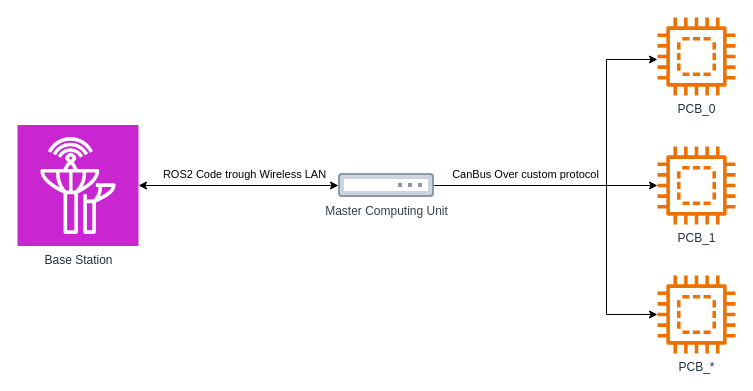
robotique-udes/rover keeps this draw.io diagram as doc/diagrams/VeryHighLevelSoftwareStructure.drawio. Above is the earlier version. Source tidied: cells renumbered, new cells numbered last; positions are measured from the earlier drawing's top-left corner, leaving out a move shared by most shapes. Both pictures are drawn from the tidied source at 100%, with x=0, y=0 at pixel (17, 17).
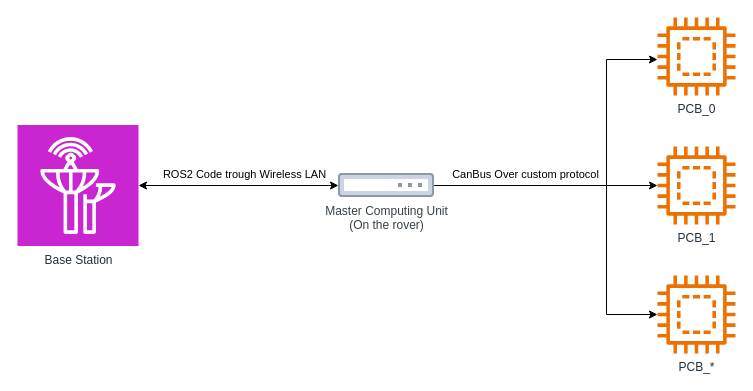
The same diagram, later.

Commit message (it also covers changes not shown here):
gitignore + edit to diagram

What changed in the source:
```diff
@@
 <mxGraphModel>
   <root>
     <mxCell id="0" />
     <mxCell id="1" parent="0" />
     <mxCell id="2" value="PCB_0" style="sketch=0;outlineConnect=0;fontColor=#232F3E;gradientColor=none;fillColor=#ED7100;strokeColor=none;dashed=0;verticalLabelPosition=bottom;verticalAlign=top;align=center;html=1;fontSize=12;fontStyle=0;shape=mxgraph.aws4.braket_embedded_simulator;" parent="1" vertex="1">
       <mxGeometry x="640" width="78" height="78" as="geometry" />
     </mxCell>
     <mxCell id="3" style="edgeStyle=orthogonalEdgeStyle;rounded=0;jettySize=auto;html=1;entryX=0;entryY=0.5;entryDx=0;entryDy=0;endArrow=classic;endFill=1;startArrow=classic;startFill=1;" parent="1" edge="1" source="5" target="10">
       <mxGeometry relative="1" as="geometry" />
     </mxCell>
     <mxCell id="4" value="ROS2 Code trough Wireless LAN" style="edgeLabel;html=1;align=center;verticalAlign=middle;" parent="3" vertex="1">
       <mxGeometry x="-0.23" y="-1" relative="1" as="geometry">
         <mxPoint x="28" y="-13" as="offset" />
       </mxGeometry>
     </mxCell>
     <mxCell id="5" value="Base Station" style="sketch=0;points=[[0,0,0],[0.25,0,0],[0.5,0,0],[0.75,0,0],[1,0,0],[0,1,0],[0.25,1,0],[0.5,1,0],[0.75,1,0],[1,1,0],[0,0.25,0],[0,0.5,0],[0,0.75,0],[1,0.25,0],[1,0.5,0],[1,0.75,0]];outlineConnect=0;fontColor=#232F3E;fillColor=#C925D1;strokeColor=#ffffff;dashed=0;verticalLabelPosition=bottom;verticalAlign=top;align=center;html=1;fontSize=12;fontStyle=0;shape=mxgraph.aws4.resourceIcon;resIcon=mxgraph.aws4.ground_station;" parent="1" vertex="1">
       <mxGeometry y="107.5" width="121" height="121" as="geometry" />
     </mxCell>
     <mxCell id="6" style="edgeStyle=orthogonalEdgeStyle;rounded=0;jettySize=auto;html=1;" parent="1" edge="1" source="10" target="2">
       <mxGeometry relative="1" as="geometry">
         <Array as="points">
           <mxPoint x="589" y="168" />
           <mxPoint x="589" y="42" />
         </Array>
       </mxGeometry>
     </mxCell>
     <mxCell id="7" style="edgeStyle=orthogonalEdgeStyle;rounded=0;jettySize=auto;html=1;" parent="1" edge="1" source="10" target="11">
       <mxGeometry relative="1" as="geometry" />
     </mxCell>
     <mxCell id="8" style="edgeStyle=orthogonalEdgeStyle;rounded=0;jettySize=auto;html=1;" parent="1" edge="1" source="10" target="12">
       <mxGeometry relative="1" as="geometry">
         <Array as="points">
           <mxPoint x="589" y="168" />
           <mxPoint x="589" y="297" />
         </Array>
       </mxGeometry>
     </mxCell>
     <mxCell id="9" value="CanBus Over custom protocol" style="edgeLabel;html=1;align=center;verticalAlign=middle;" parent="8" vertex="1">
       <mxGeometry x="-0.84" y="2" relative="1" as="geometry">
         <mxPoint x="62" y="-10" as="offset" />
       </mxGeometry>
     </mxCell>
-    <mxCell id="10" value="Master Computing Unit" style="image;perimeter=ellipsePerimeter;html=1;align=center;fontSize=12;verticalAlign=top;fontColor=#364149;shadow=0;dashed=0;image=img/lib/cumulus/switch_bare_metal_empty.svg;" parent="1" vertex="1">
+    <mxCell id="10" value="Master Computing Unit&lt;br&gt;(On the rover)" style="image;perimeter=ellipsePerimeter;html=1;align=center;fontSize=12;verticalAlign=top;fontColor=#364149;shadow=0;dashed=0;image=img/lib/cumulus/switch_bare_metal_empty.svg;" parent="1" vertex="1">
       <mxGeometry x="321" y="156" width="96" height="24" as="geometry" />
     </mxCell>
     <mxCell id="11" value="PCB_1" style="sketch=0;outlineConnect=0;fontColor=#232F3E;gradientColor=none;fillColor=#ED7100;strokeColor=none;dashed=0;verticalLabelPosition=bottom;verticalAlign=top;align=center;html=1;fontSize=12;fontStyle=0;shape=mxgraph.aws4.braket_embedded_simulator;" parent="1" vertex="1">
       <mxGeometry x="640" y="129" width="78" height="78" as="geometry" />
     </mxCell>
     <mxCell id="12" value="PCB_*" style="sketch=0;outlineConnect=0;fontColor=#232F3E;gradientColor=none;fillColor=#ED7100;strokeColor=none;dashed=0;verticalLabelPosition=bottom;verticalAlign=top;align=center;html=1;fontSize=12;fontStyle=0;shape=mxgraph.aws4.braket_embedded_simulator;" parent="1" vertex="1">
       <mxGeometry x="640" y="258" width="78" height="78" as="geometry" />
     </mxCell>
   </root>
 </mxGraphModel>
```
